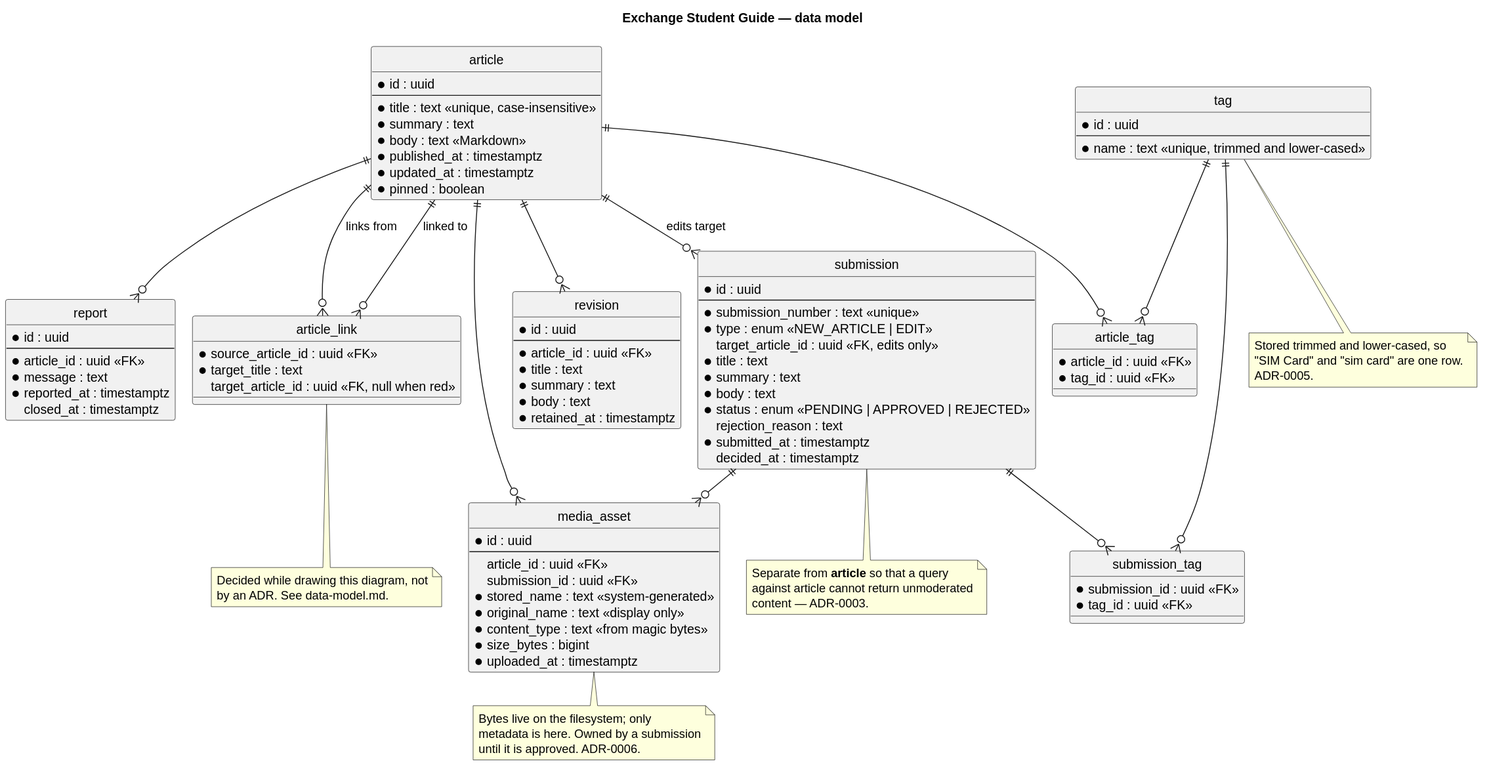
The PlantUML diagram docs/diagrams/out/erd.svg in rikire/Exchange-Student-Guide-Platform, before a commit. Its diagram source:
```plantuml
@startuml
!pragma layout smetana
hide circle
skinparam linetype ortho

title Exchange Student Guide — data model

entity "article" as article {
  * id : uuid
  --
  * title : text <<unique, case-insensitive>>
  * summary : text
  * body : text <<Markdown>>
  * published_at : timestamptz
  * updated_at : timestamptz
  * pinned : boolean
}

entity "submission" as submission {
  * id : uuid
  --
  * submission_number : text <<unique>>
  * type : enum <<NEW_ARTICLE | EDIT>>
  target_article_id : uuid <<FK, edits only>>
  * title : text
  * summary : text
  * body : text
  * status : enum <<PENDING | APPROVED | REJECTED>>
  rejection_reason : text
  * submitted_at : timestamptz
  decided_at : timestamptz
}

entity "revision" as revision {
  * id : uuid
  --
  * article_id : uuid <<FK>>
  * title : text
  * summary : text
  * body : text
  * retained_at : timestamptz
}

entity "tag" as tag {
  * id : uuid
  --
  * name : text <<unique, trimmed and lower-cased>>
}

entity "article_tag" as article_tag {
  * article_id : uuid <<FK>>
  * tag_id : uuid <<FK>>
}

entity "submission_tag" as submission_tag {
  * submission_id : uuid <<FK>>
  * tag_id : uuid <<FK>>
}

entity "media_asset" as media_asset {
  * id : uuid
  --
  article_id : uuid <<FK>>
  submission_id : uuid <<FK>>
  * stored_name : text <<system-generated>>
  * original_name : text <<display only>>
  * content_type : text <<from magic bytes>>
  * size_bytes : bigint
  * uploaded_at : timestamptz
}

entity "report" as report {
  * id : uuid
  --
  * article_id : uuid <<FK>>
  * message : text
  * reported_at : timestamptz
  closed_at : timestamptz
}

entity "article_link" as article_link {
  * source_article_id : uuid <<FK>>
  * target_title : text
  target_article_id : uuid <<FK, null when red>>
}

article ||--o{ article_tag
tag ||--o{ article_tag
submission ||--o{ submission_tag
tag ||--o{ submission_tag
article ||--o{ revision
article ||--o{ submission : "edits target"
article ||--o{ media_asset
submission ||--o{ media_asset
article ||--o{ report
article ||--o{ article_link : "links from"
article ||--o{ article_link : "linked to"

note bottom of submission
  Separate from **article** so that a query
  against article cannot return unmoderated
  content — ADR-0003.
end note

note bottom of tag
  Stored trimmed and lower-cased, so
  "SIM Card" and "sim card" are one row.
  ADR-0005.
end note

note bottom of media_asset
  Bytes live on the filesystem; only
  metadata is here. Owned by a submission
  until it is approved. ADR-0006.
end note

note bottom of article_link
  Decided while drawing this diagram, not
  by an ADR. See data-model.md.
end note
@enduml
```
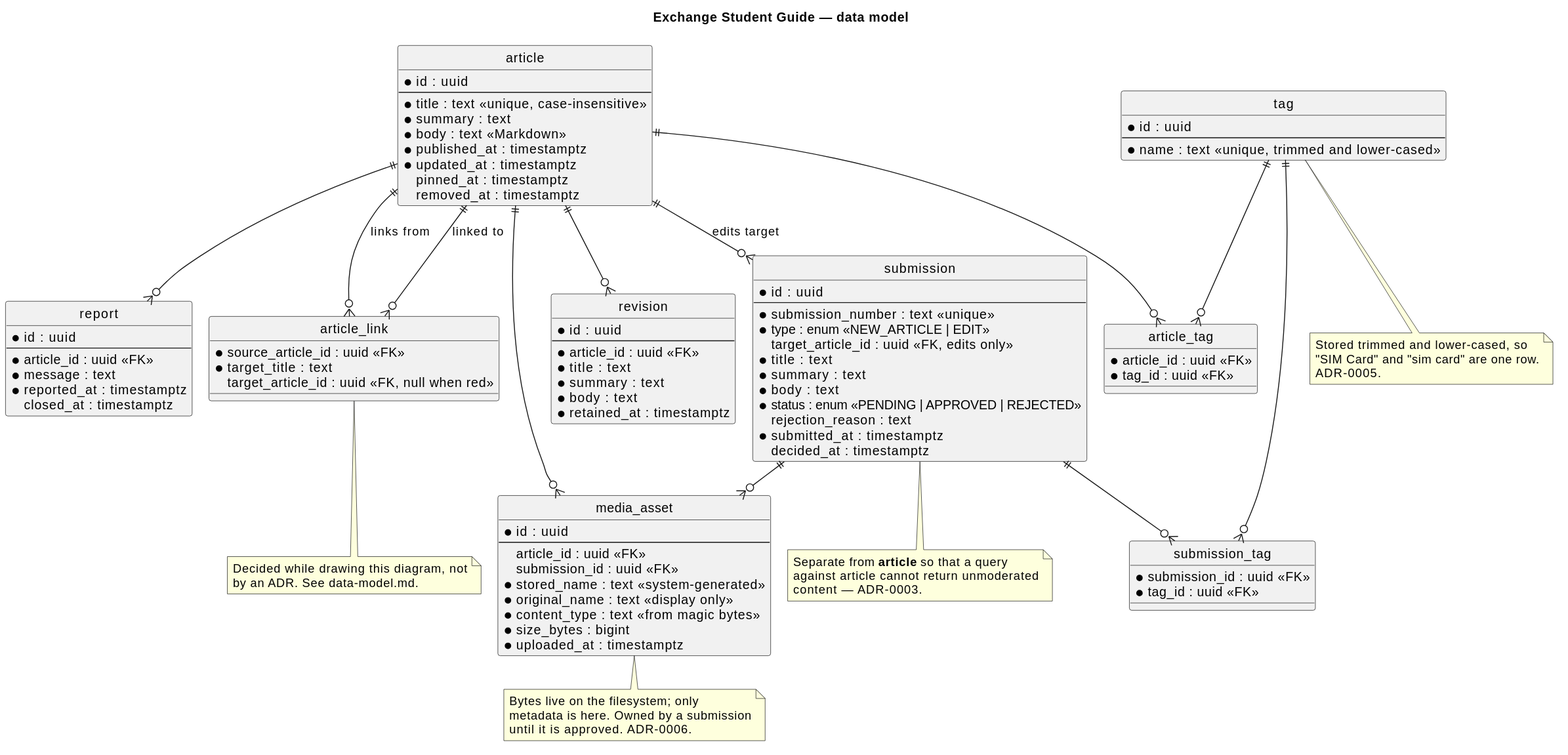
The same diagram one commit later.

Change to the diagram source:
```diff
@@ -13,7 +13,8 @@
   * body : text <<Markdown>>
   * published_at : timestamptz
   * updated_at : timestamptz
-  * pinned : boolean
+  pinned_at : timestamptz
+  removed_at : timestamptz
 }
 
 entity "submission" as submission {
```
